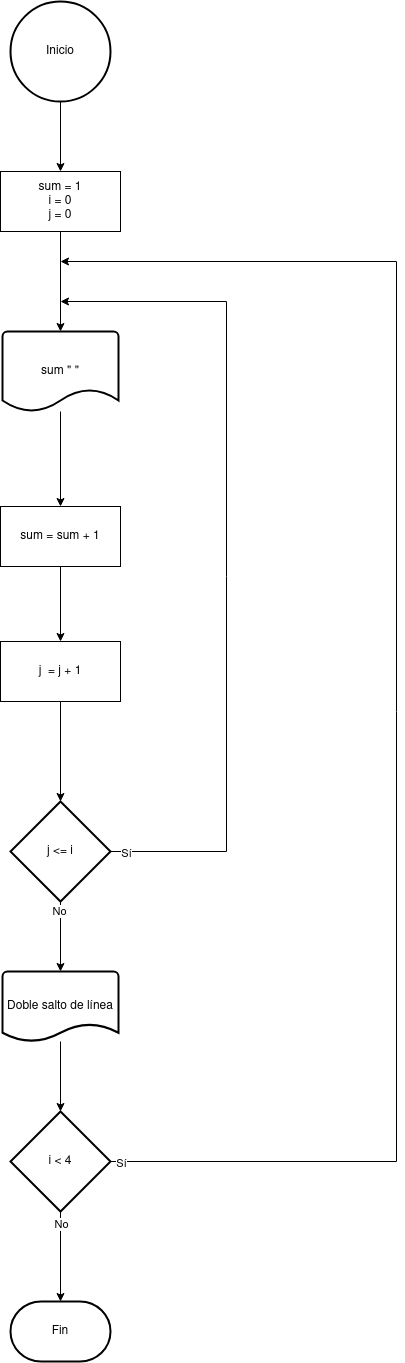
This is unidad-1/tareas/Tarea3/images/diagrama-tarea3-01.png from mackstm/programacion, a draw.io export, as it was before one commit. Source tidied: cells renumbered, new cells last; positions are measured from the earlier drawing's top-left corner, leaving out a move shared by most shapes.
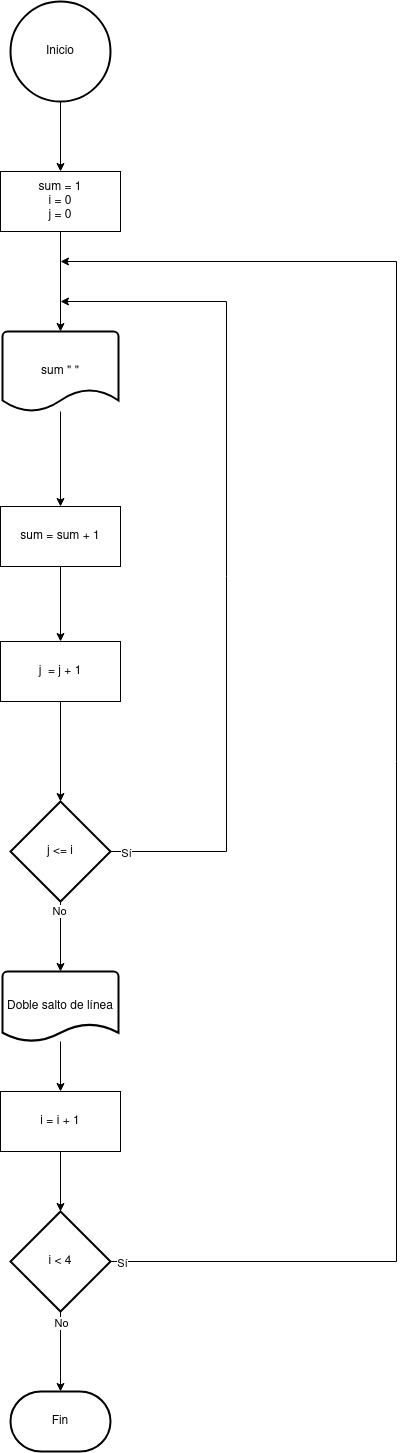
After the commit.

Change to the diagram source:
```diff
@@ -56,11 +56,11 @@
     <mxCell id="17" value="Doble salto de línea" style="strokeWidth=2;html=1;shape=mxgraph.flowchart.document2;whiteSpace=wrap;size=0.25;" parent="1" vertex="1">
       <mxGeometry x="2" y="970" width="116" height="70" as="geometry" />
     </mxCell>
-    <mxCell id="18" style="edgeStyle=orthogonalEdgeStyle;rounded=0;jettySize=auto;html=1;" parent="1" edge="1" source="20">
+    <mxCell id="18" style="edgeStyle=orthogonalEdgeStyle;rounded=0;jettySize=auto;html=1;exitX=1;exitY=0.5;exitDx=0;exitDy=0;exitPerimeter=0;" parent="1" edge="1" source="20">
       <mxGeometry relative="1" as="geometry">
         <mxPoint x="60" y="260" as="targetPoint" />
         <Array as="points">
-          <mxPoint x="396" y="1160" />
+          <mxPoint x="396" y="1260" />
           <mxPoint x="396" y="260" />
         </Array>
       </mxGeometry>
@@ -69,13 +69,13 @@
       <mxGeometry x="-0.99" y="-2" relative="1" as="geometry" />
     </mxCell>
     <mxCell id="20" value="i &amp;lt; 4" style="strokeWidth=2;html=1;shape=mxgraph.flowchart.decision;whiteSpace=wrap;" parent="1" vertex="1">
-      <mxGeometry x="10" y="1110" width="100" height="100" as="geometry" />
+      <mxGeometry x="10" y="1210" width="100" height="100" as="geometry" />
     </mxCell>
-    <mxCell id="21" style="edgeStyle=orthogonalEdgeStyle;rounded=0;jettySize=auto;html=1;entryX=0.5;entryY=0;entryDx=0;entryDy=0;entryPerimeter=0;" parent="1" edge="1" source="17" target="20">
+    <mxCell id="21" style="edgeStyle=orthogonalEdgeStyle;rounded=0;jettySize=auto;html=1;entryX=0.5;entryY=0;entryDx=0;entryDy=0;entryPerimeter=0;" parent="1" edge="1" source="26" target="20">
       <mxGeometry relative="1" as="geometry" />
     </mxCell>
     <mxCell id="22" value="Fin" style="strokeWidth=2;html=1;shape=mxgraph.flowchart.terminator;whiteSpace=wrap;" parent="1" vertex="1">
-      <mxGeometry x="10" y="1300" width="100" height="60" as="geometry" />
+      <mxGeometry x="10" y="1390" width="100" height="60" as="geometry" />
     </mxCell>
     <mxCell id="23" style="edgeStyle=orthogonalEdgeStyle;rounded=0;jettySize=auto;html=1;entryX=0.5;entryY=0;entryDx=0;entryDy=0;entryPerimeter=0;" parent="1" edge="1" source="20" target="22">
       <mxGeometry relative="1" as="geometry" />
@@ -83,5 +83,11 @@
     <mxCell id="24" value="No" style="edgeLabel;html=1;align=center;verticalAlign=middle;" parent="23" vertex="1">
       <mxGeometry x="-0.71" y="1" relative="1" as="geometry" />
     </mxCell>
+    <mxCell id="25" style="edgeStyle=orthogonalEdgeStyle;rounded=0;jettySize=auto;html=1;entryX=0.5;entryY=0;entryDx=0;entryDy=0;entryPerimeter=0;" parent="1" edge="1" source="17" target="26">
+      <mxGeometry relative="1" as="geometry" />
+    </mxCell>
+    <mxCell id="26" value="i = i + 1" style="rounded=0;whiteSpace=wrap;html=1;" parent="1" vertex="1">
+      <mxGeometry y="1090" width="120" height="60" as="geometry" />
+    </mxCell>
   </root>
 </mxGraphModel>
```
